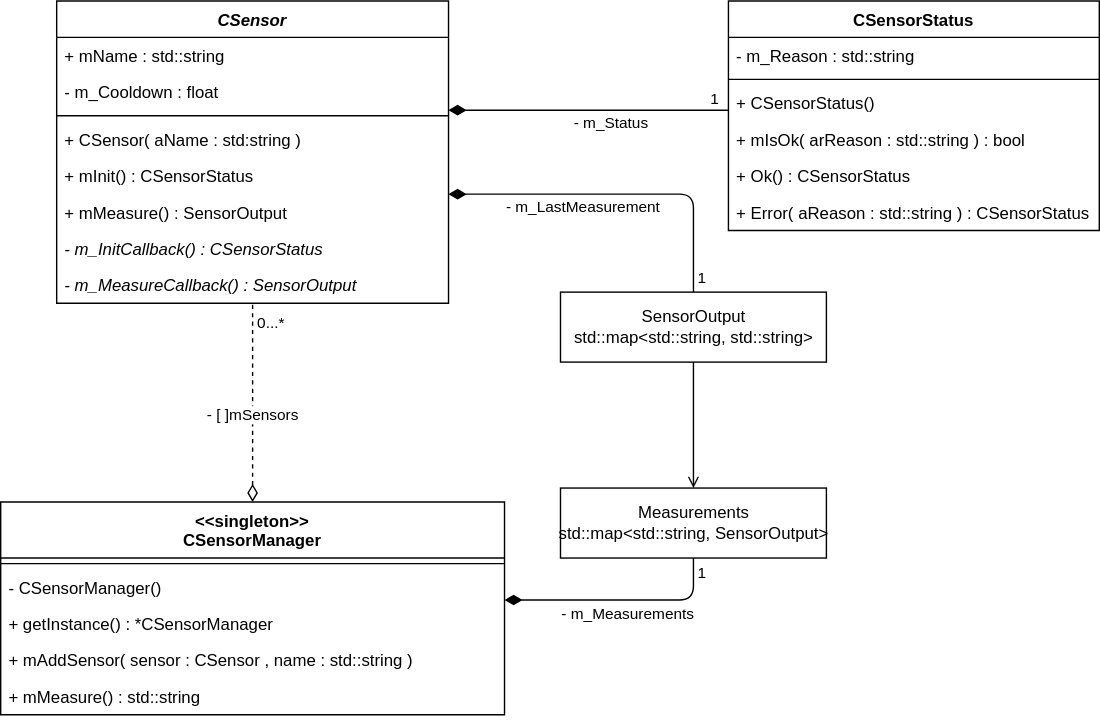
Above: uml/sensor-abstraction.drawio.svg in SenseBoxTI/FirmwareDesign (draw.io), before the change. Source tidied: cells renumbered, new cells last; positions are measured from the earlier drawing's top-left corner, leaving out a move shared by most shapes.
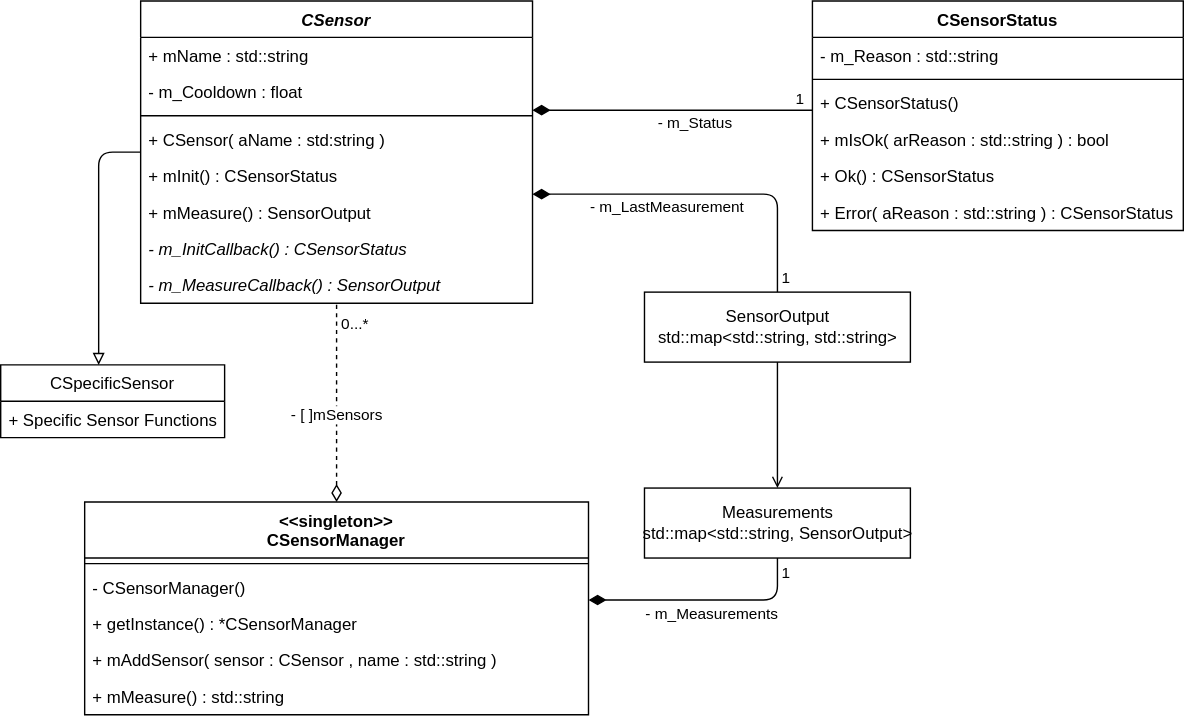
After the change.

Commit message:
show that the CSensor class is inherited by a sensor

Diff of the diagram source:
```diff
@@ -33,6 +33,13 @@
     <mxCell id="10" value="+ mMeasure() : std::string" style="text;strokeColor=none;fillColor=none;align=left;verticalAlign=top;spacingLeft=4;spacingRight=4;overflow=hidden;" parent="5" vertex="1">
       <mxGeometry y="126" width="360" height="26" as="geometry" />
     </mxCell>
+    <mxCell id="40" style="edgeStyle=orthogonalEdgeStyle;html=1;endArrow=block;endFill=0;endSize=6;" parent="1" edge="1" source="11" target="41">
+      <mxGeometry relative="1" as="geometry">
+        <Array as="points">
+          <mxPoint x="10" y="108" />
+        </Array>
+      </mxGeometry>
+    </mxCell>
     <mxCell id="11" value="CSensor" style="swimlane;fontStyle=3;align=center;verticalAlign=top;horizontal=1;startSize=26;" parent="1" vertex="1">
       <mxGeometry x="40" width="280" height="216" as="geometry" />
     </mxCell>
@@ -145,5 +152,11 @@
     <mxCell id="39" value="&lt;span style=&quot;text-align: left&quot;&gt;Measurements&lt;br&gt;std::map&amp;lt;std::string, SensorOutput&amp;gt;&lt;/span&gt;" style="html=1;" parent="1" vertex="1">
       <mxGeometry x="400" y="348" width="190" height="50" as="geometry" />
     </mxCell>
+    <mxCell id="41" value="CSpecificSensor" style="swimlane;fontStyle=0;horizontal=1;startSize=26;fillColor=none;" parent="1" vertex="1">
+      <mxGeometry x="-60" y="260" width="160" height="52" as="geometry" />
+    </mxCell>
+    <mxCell id="42" value="+ Specific Sensor Functions" style="text;strokeColor=none;fillColor=none;align=left;verticalAlign=top;spacingLeft=4;spacingRight=4;overflow=hidden;" parent="41" vertex="1">
+      <mxGeometry y="26" width="160" height="26" as="geometry" />
+    </mxCell>
   </root>
 </mxGraphModel>
```
